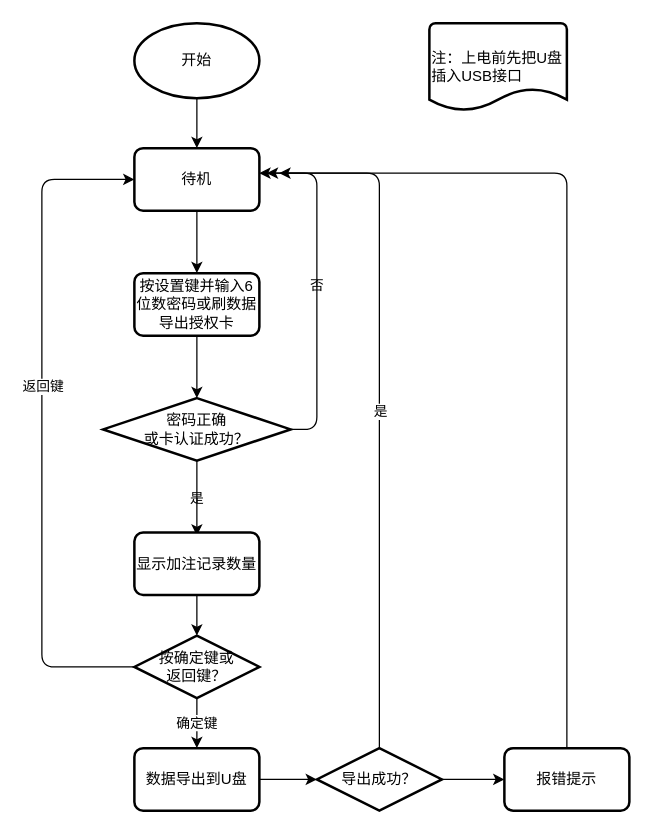
Above: page "导出数据" (3 of 3) of electroic_meter.drawio in kupier/12306-electron (draw.io), before the change. Source tidied: cells renumbered, new cells numbered last; positions are measured from the earlier drawing's top-left corner, leaving out a move shared by most shapes. Both pictures are drawn from the tidied source at 125%, with x=0, y=0 at pixel (41, 22).
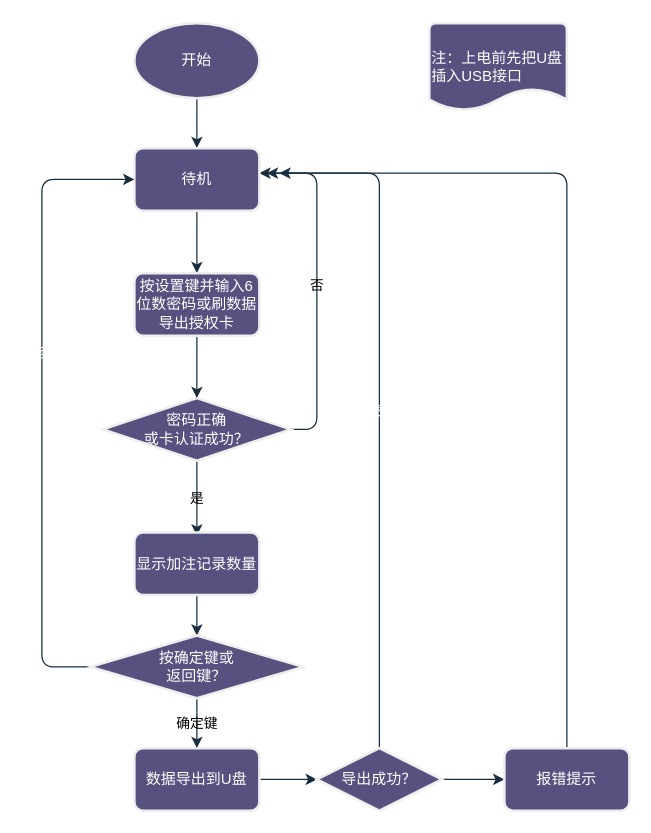
Above is the later version.

Diff of the diagram source:
```diff
@@
-    <mxCell id="2" style="edgeStyle=orthogonalEdgeStyle;rounded=1;jettySize=auto;html=1;exitX=0.5;exitY=1;exitDx=0;exitDy=0;exitPerimeter=0;entryX=0.5;entryY=0;entryDx=0;entryDy=0;labelBackgroundColor=none;fontColor=default;startArrow=none;" parent="1" edge="1" source="13" target="9">
+    <mxCell id="2" style="edgeStyle=orthogonalEdgeStyle;rounded=1;jettySize=auto;html=1;exitX=0.5;exitY=1;exitDx=0;exitDy=0;exitPerimeter=0;entryX=0.5;entryY=0;entryDx=0;entryDy=0;labelBackgroundColor=none;fontColor=default;startArrow=none;strokeColor=#182E3E;" parent="1" edge="1" source="13" target="9">
       <mxGeometry relative="1" as="geometry" />
     </mxCell>
-    <mxCell id="3" style="edgeStyle=orthogonalEdgeStyle;rounded=1;jettySize=auto;html=1;entryX=0.5;entryY=0;entryDx=0;entryDy=0;" parent="1" edge="1" source="4" target="13">
+    <mxCell id="3" style="edgeStyle=orthogonalEdgeStyle;rounded=1;jettySize=auto;html=1;entryX=0.5;entryY=0;entryDx=0;entryDy=0;labelBackgroundColor=none;strokeColor=#182E3E;fontColor=default;" parent="1" edge="1" source="4" target="13">
       <mxGeometry relative="1" as="geometry" />
     </mxCell>
-    <mxCell id="4" value="开始" style="strokeWidth=2;html=1;shape=mxgraph.flowchart.start_1;whiteSpace=wrap;rounded=1;labelBackgroundColor=none;" parent="1" vertex="1">
+    <mxCell id="4" value="开始" style="strokeWidth=2;html=1;shape=mxgraph.flowchart.start_1;whiteSpace=wrap;rounded=1;labelBackgroundColor=none;fillColor=#56517E;strokeColor=#EEEEEE;fontColor=#FFFFFF;" parent="1" vertex="1">
       <mxGeometry x="74" width="100" height="60" as="geometry" />
     </mxCell>
-    <mxCell id="5" value="是" style="edgeStyle=orthogonalEdgeStyle;rounded=1;jettySize=auto;html=1;exitX=0.5;exitY=1;exitDx=0;exitDy=0;exitPerimeter=0;entryX=0.5;entryY=0;entryDx=0;entryDy=0;entryPerimeter=0;labelBackgroundColor=none;fontColor=default;" parent="1" edge="1" source="7">
+    <mxCell id="5" value="是" style="edgeStyle=orthogonalEdgeStyle;rounded=1;jettySize=auto;html=1;exitX=0.5;exitY=1;exitDx=0;exitDy=0;exitPerimeter=0;entryX=0.5;entryY=0;entryDx=0;entryDy=0;entryPerimeter=0;labelBackgroundColor=none;fontColor=default;strokeColor=#182E3E;" parent="1" edge="1" source="7">
       <mxGeometry relative="1" as="geometry">
         <mxPoint x="124" y="410" as="targetPoint" />
       </mxGeometry>
     </mxCell>
-    <mxCell id="6" value="否" style="edgeStyle=orthogonalEdgeStyle;rounded=1;jettySize=auto;html=1;exitX=1;exitY=0.5;exitDx=0;exitDy=0;exitPerimeter=0;labelBackgroundColor=none;fontColor=default;" parent="1" edge="1" source="7" target="13">
+    <mxCell id="6" value="否" style="edgeStyle=orthogonalEdgeStyle;rounded=1;jettySize=auto;html=1;exitX=1;exitY=0.5;exitDx=0;exitDy=0;exitPerimeter=0;labelBackgroundColor=none;fontColor=default;strokeColor=#182E3E;" parent="1" edge="1" source="7" target="13">
       <mxGeometry relative="1" as="geometry">
         <Array as="points">
           <mxPoint x="220" y="325" />
           <mxPoint x="220" y="120" />
         </Array>
       </mxGeometry>
     </mxCell>
-    <mxCell id="7" value="密码正确&lt;br&gt;或卡认证成功？" style="strokeWidth=2;html=1;shape=mxgraph.flowchart.decision;whiteSpace=wrap;rounded=1;labelBackgroundColor=none;" parent="1" vertex="1">
+    <mxCell id="7" value="密码正确&lt;br&gt;或卡认证成功？" style="strokeWidth=2;html=1;shape=mxgraph.flowchart.decision;whiteSpace=wrap;rounded=1;labelBackgroundColor=none;fillColor=#56517E;strokeColor=#EEEEEE;fontColor=#FFFFFF;" parent="1" vertex="1">
       <mxGeometry x="49" y="300" width="150" height="50" as="geometry" />
     </mxCell>
-    <mxCell id="8" style="edgeStyle=orthogonalEdgeStyle;rounded=1;jettySize=auto;html=1;exitX=0.5;exitY=1;exitDx=0;exitDy=0;entryX=0.5;entryY=0;entryDx=0;entryDy=0;entryPerimeter=0;labelBackgroundColor=none;fontColor=default;" parent="1" edge="1" source="9" target="7">
+    <mxCell id="8" style="edgeStyle=orthogonalEdgeStyle;rounded=1;jettySize=auto;html=1;exitX=0.5;exitY=1;exitDx=0;exitDy=0;entryX=0.5;entryY=0;entryDx=0;entryDy=0;entryPerimeter=0;labelBackgroundColor=none;fontColor=default;strokeColor=#182E3E;" parent="1" edge="1" source="9" target="7">
       <mxGeometry relative="1" as="geometry" />
     </mxCell>
-    <mxCell id="9" value="按设置键并输入6位数密码或刷数据导出授权卡" style="rounded=1;whiteSpace=wrap;html=1;absoluteArcSize=1;arcSize=14;strokeWidth=2;labelBackgroundColor=none;" parent="1" vertex="1">
+    <mxCell id="9" value="按设置键并输入6位数密码或刷数据导出授权卡" style="rounded=1;whiteSpace=wrap;html=1;absoluteArcSize=1;arcSize=14;strokeWidth=2;labelBackgroundColor=none;fillColor=#56517E;strokeColor=#EEEEEE;fontColor=#FFFFFF;" parent="1" vertex="1">
       <mxGeometry x="74" y="200" width="100" height="50" as="geometry" />
     </mxCell>
-    <mxCell id="10" style="edgeStyle=orthogonalEdgeStyle;rounded=1;jettySize=auto;html=1;entryX=0;entryY=0.5;entryDx=0;entryDy=0;entryPerimeter=0;" parent="1" edge="1" source="11" target="23">
+    <mxCell id="10" style="edgeStyle=orthogonalEdgeStyle;rounded=1;jettySize=auto;html=1;entryX=0;entryY=0.5;entryDx=0;entryDy=0;entryPerimeter=0;labelBackgroundColor=none;strokeColor=#182E3E;fontColor=default;" parent="1" edge="1" source="11" target="23">
       <mxGeometry relative="1" as="geometry" />
     </mxCell>
-    <mxCell id="11" value="数据导出到U盘" style="rounded=1;whiteSpace=wrap;html=1;absoluteArcSize=1;arcSize=14;strokeWidth=2;labelBackgroundColor=none;" parent="1" vertex="1">
+    <mxCell id="11" value="数据导出到U盘" style="rounded=1;whiteSpace=wrap;html=1;absoluteArcSize=1;arcSize=14;strokeWidth=2;labelBackgroundColor=none;fillColor=#56517E;strokeColor=#EEEEEE;fontColor=#FFFFFF;" parent="1" vertex="1">
       <mxGeometry x="74" y="580" width="100" height="50" as="geometry" />
     </mxCell>
-    <mxCell id="12" value="注：上电前先把U盘插入USB接口" style="strokeWidth=2;html=1;shape=mxgraph.flowchart.document2;whiteSpace=wrap;size=0.25;align=left;rounded=1;" parent="1" vertex="1">
+    <mxCell id="12" value="注：上电前先把U盘插入USB接口" style="strokeWidth=2;html=1;shape=mxgraph.flowchart.document2;whiteSpace=wrap;size=0.25;align=left;rounded=1;labelBackgroundColor=none;fillColor=#56517E;strokeColor=#EEEEEE;fontColor=#FFFFFF;" parent="1" vertex="1">
       <mxGeometry x="310" width="110" height="70" as="geometry" />
     </mxCell>
-    <mxCell id="13" value="待机" style="rounded=1;whiteSpace=wrap;html=1;absoluteArcSize=1;arcSize=14;strokeWidth=2;labelBackgroundColor=none;" parent="1" vertex="1">
+    <mxCell id="13" value="待机" style="rounded=1;whiteSpace=wrap;html=1;absoluteArcSize=1;arcSize=14;strokeWidth=2;labelBackgroundColor=none;fillColor=#56517E;strokeColor=#EEEEEE;fontColor=#FFFFFF;" parent="1" vertex="1">
       <mxGeometry x="74" y="100" width="100" height="50" as="geometry" />
     </mxCell>
-    <mxCell id="14" style="edgeStyle=orthogonalEdgeStyle;rounded=1;jettySize=auto;html=1;entryX=0.5;entryY=0;entryDx=0;entryDy=0;entryPerimeter=0;" parent="1" edge="1" source="15" target="19">
+    <mxCell id="14" style="edgeStyle=orthogonalEdgeStyle;rounded=1;jettySize=auto;html=1;entryX=0.5;entryY=0;entryDx=0;entryDy=0;entryPerimeter=0;labelBackgroundColor=none;strokeColor=#182E3E;fontColor=default;" parent="1" edge="1" source="15" target="19">
       <mxGeometry relative="1" as="geometry" />
     </mxCell>
-    <mxCell id="15" value="显示加注记录数量" style="rounded=1;whiteSpace=wrap;html=1;absoluteArcSize=1;arcSize=14;strokeWidth=2;labelBackgroundColor=none;" parent="1" vertex="1">
+    <mxCell id="15" value="显示加注记录数量" style="rounded=1;whiteSpace=wrap;html=1;absoluteArcSize=1;arcSize=14;strokeWidth=2;labelBackgroundColor=none;fillColor=#56517E;strokeColor=#EEEEEE;fontColor=#FFFFFF;" parent="1" vertex="1">
       <mxGeometry x="74" y="407.5" width="100" height="50" as="geometry" />
     </mxCell>
-    <mxCell id="16" style="edgeStyle=orthogonalEdgeStyle;rounded=1;jettySize=auto;html=1;exitX=0;exitY=0.5;exitDx=0;exitDy=0;exitPerimeter=0;entryX=0;entryY=0.5;entryDx=0;entryDy=0;" parent="1" edge="1" source="19" target="13">
+    <mxCell id="16" style="edgeStyle=orthogonalEdgeStyle;rounded=1;jettySize=auto;html=1;exitX=0;exitY=0.5;exitDx=0;exitDy=0;exitPerimeter=0;entryX=0;entryY=0.5;entryDx=0;entryDy=0;labelBackgroundColor=none;strokeColor=#182E3E;fontColor=default;" parent="1" edge="1" source="19" target="13">
       <mxGeometry relative="1" as="geometry">
         <Array as="points">
           <mxPoint y="515" />
           <mxPoint y="125" />
         </Array>
       </mxGeometry>
     </mxCell>
-    <mxCell id="17" value="返回键" style="edgeLabel;html=1;align=center;verticalAlign=middle;rounded=1;" parent="16" vertex="1">
+    <mxCell id="17" value="返回键" style="edgeLabel;html=1;align=center;verticalAlign=middle;rounded=1;labelBackgroundColor=none;fontColor=#FFFFFF;" parent="16" vertex="1">
       <mxGeometry x="-0.57" y="-3" relative="1" as="geometry">
         <mxPoint x="-3" y="-183" as="offset" />
       </mxGeometry>
     </mxCell>
-    <mxCell id="18" value="确定键" style="edgeStyle=orthogonalEdgeStyle;rounded=1;jettySize=auto;html=1;entryX=0.5;entryY=0;entryDx=0;entryDy=0;" parent="1" edge="1" source="19" target="11">
+    <mxCell id="18" value="确定键" style="edgeStyle=orthogonalEdgeStyle;rounded=1;jettySize=auto;html=1;entryX=0.5;entryY=0;entryDx=0;entryDy=0;labelBackgroundColor=none;strokeColor=#182E3E;fontColor=default;" parent="1" edge="1" source="19" target="11">
       <mxGeometry relative="1" as="geometry" />
     </mxCell>
-    <mxCell id="19" value="按确定键或&lt;br&gt;返回键？" style="strokeWidth=2;html=1;shape=mxgraph.flowchart.decision;whiteSpace=wrap;rounded=1;labelBackgroundColor=none;" parent="1" vertex="1">
-      <mxGeometry x="74" y="490" width="100" height="50" as="geometry" />
+    <mxCell id="19" value="按确定键或&lt;br&gt;返回键？" style="strokeWidth=2;html=1;shape=mxgraph.flowchart.decision;whiteSpace=wrap;rounded=1;labelBackgroundColor=none;fillColor=#56517E;strokeColor=#EEEEEE;fontColor=#FFFFFF;" parent="1" vertex="1">
+      <mxGeometry x="39" y="490" width="170" height="50" as="geometry" />
     </mxCell>
-    <mxCell id="20" style="edgeStyle=orthogonalEdgeStyle;rounded=1;jettySize=auto;html=1;" parent="1" edge="1" source="23">
+    <mxCell id="20" style="edgeStyle=orthogonalEdgeStyle;rounded=1;jettySize=auto;html=1;labelBackgroundColor=none;strokeColor=#182E3E;fontColor=default;" parent="1" edge="1" source="23">
       <mxGeometry relative="1" as="geometry">
         <mxPoint x="180" y="120" as="targetPoint" />
         <Array as="points">
           <mxPoint x="270" y="120" />
         </Array>
       </mxGeometry>
     </mxCell>
-    <mxCell id="21" value="是" style="edgeLabel;html=1;align=center;verticalAlign=middle;rounded=1;" parent="20" vertex="1">
+    <mxCell id="21" value="是" style="edgeLabel;html=1;align=center;verticalAlign=middle;rounded=1;labelBackgroundColor=none;fontColor=#FFFFFF;" parent="20" vertex="1">
       <mxGeometry x="-0.02" relative="1" as="geometry" />
     </mxCell>
-    <mxCell id="22" style="edgeStyle=orthogonalEdgeStyle;rounded=1;jettySize=auto;html=1;entryX=0;entryY=0.5;entryDx=0;entryDy=0;" parent="1" edge="1" source="23" target="25">
+    <mxCell id="22" style="edgeStyle=orthogonalEdgeStyle;rounded=1;jettySize=auto;html=1;entryX=0;entryY=0.5;entryDx=0;entryDy=0;labelBackgroundColor=none;strokeColor=#182E3E;fontColor=default;" parent="1" edge="1" source="23" target="25">
       <mxGeometry relative="1" as="geometry" />
     </mxCell>
-    <mxCell id="23" value="导出成功？" style="strokeWidth=2;html=1;shape=mxgraph.flowchart.decision;whiteSpace=wrap;rounded=1;labelBackgroundColor=none;" parent="1" vertex="1">
+    <mxCell id="23" value="导出成功？" style="strokeWidth=2;html=1;shape=mxgraph.flowchart.decision;whiteSpace=wrap;rounded=1;labelBackgroundColor=none;fillColor=#56517E;strokeColor=#EEEEEE;fontColor=#FFFFFF;" parent="1" vertex="1">
       <mxGeometry x="220" y="580" width="100" height="50" as="geometry" />
     </mxCell>
-    <mxCell id="24" style="edgeStyle=orthogonalEdgeStyle;rounded=1;jettySize=auto;html=1;" parent="1" edge="1" source="25">
+    <mxCell id="24" style="edgeStyle=orthogonalEdgeStyle;rounded=1;jettySize=auto;html=1;labelBackgroundColor=none;strokeColor=#182E3E;fontColor=default;" parent="1" edge="1" source="25">
       <mxGeometry relative="1" as="geometry">
         <mxPoint x="190" y="120" as="targetPoint" />
         <Array as="points">
           <mxPoint x="420" y="120" />
         </Array>
       </mxGeometry>
     </mxCell>
-    <mxCell id="25" value="报错提示" style="rounded=1;whiteSpace=wrap;html=1;absoluteArcSize=1;arcSize=14;strokeWidth=2;labelBackgroundColor=none;" parent="1" vertex="1">
+    <mxCell id="25" value="报错提示" style="rounded=1;whiteSpace=wrap;html=1;absoluteArcSize=1;arcSize=14;strokeWidth=2;labelBackgroundColor=none;fillColor=#56517E;strokeColor=#EEEEEE;fontColor=#FFFFFF;" parent="1" vertex="1">
       <mxGeometry x="370" y="580" width="100" height="50" as="geometry" />
     </mxCell>
```
